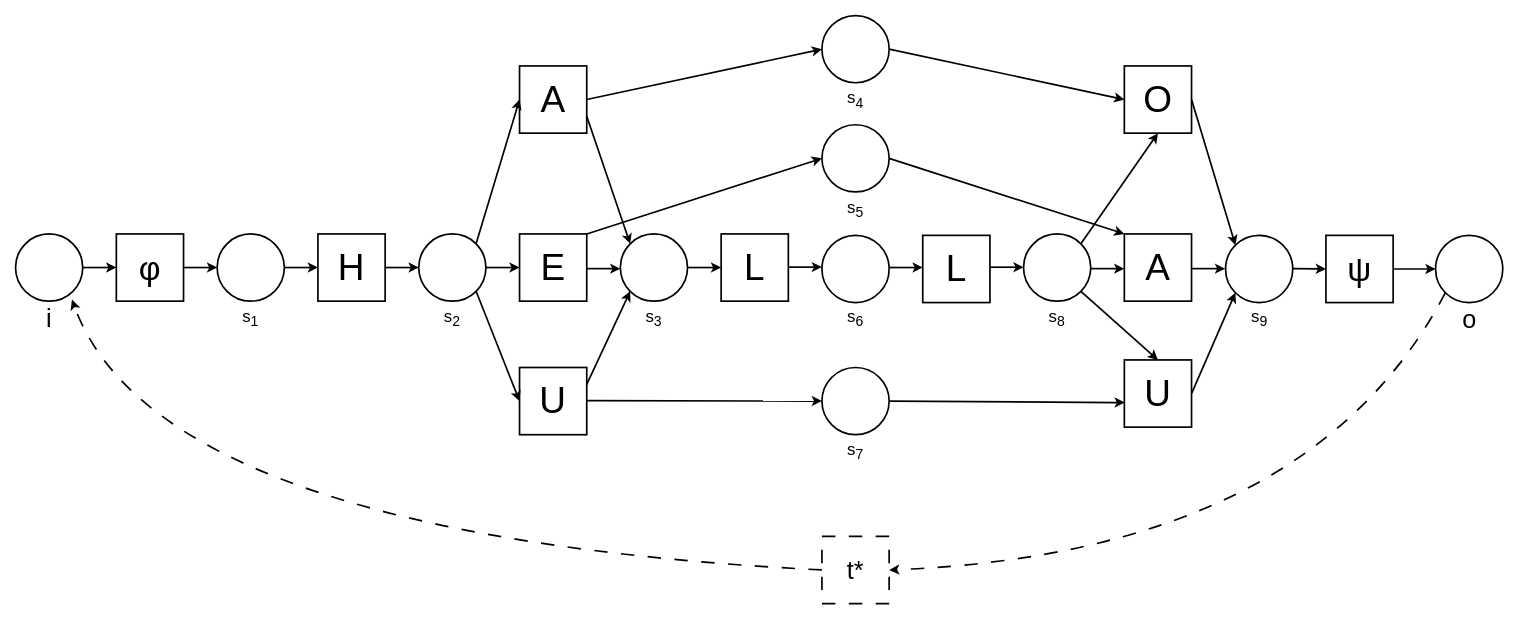
Marakil/BA_Bilder keeps this draw.io diagram as langAbhaengigkeit.drawio. Above is the earlier version. Source tidied: cells renumbered, new cells numbered last; positions are measured from the earlier drawing's top-left corner, leaving out a move shared by most shapes. Both pictures are drawn from the tidied source at 84%, with x=0, y=0 at pixel (15, 15).
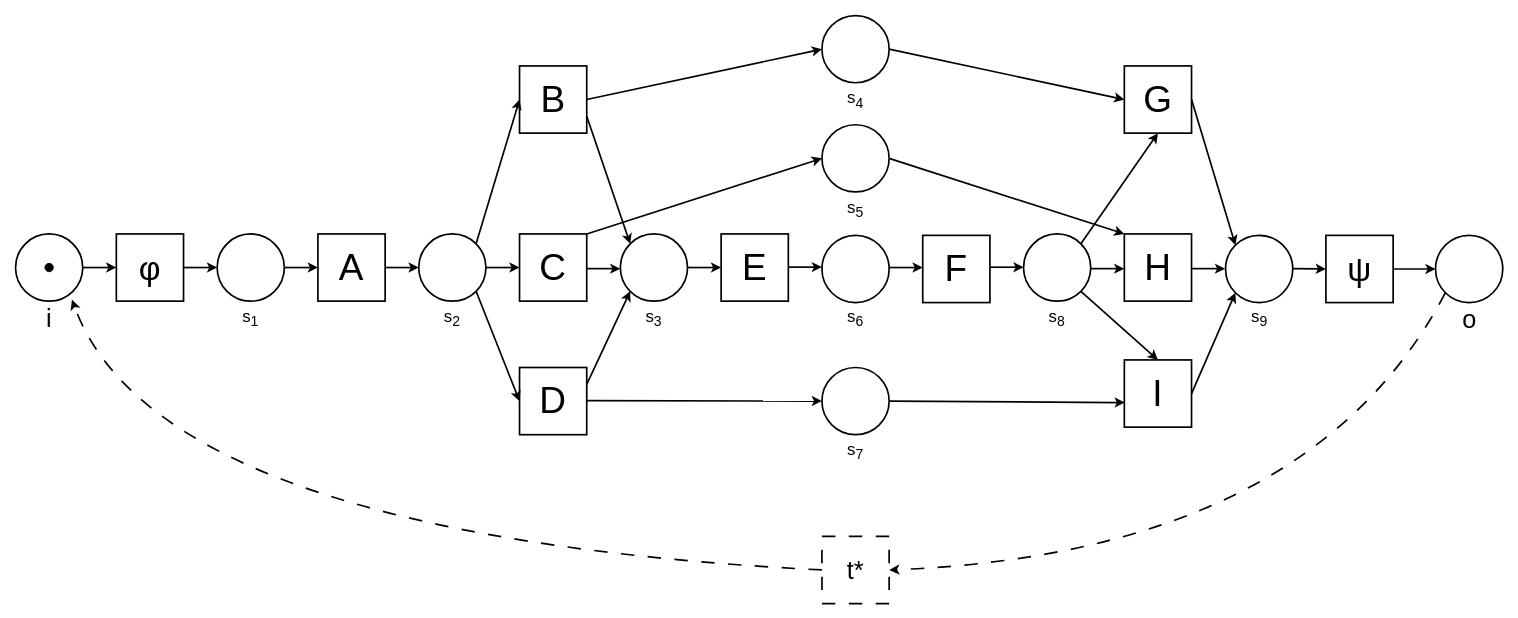
After the change.

What changed in the source:
```diff
@@
-    <mxCell id="8" value="H" style="rounded=0;whiteSpace=wrap;html=1;fontSize=44;strokeWidth=2;" parent="1" vertex="1">
+    <mxCell id="8" value="A" style="rounded=0;whiteSpace=wrap;html=1;fontSize=44;strokeWidth=2;" parent="1" vertex="1">
       <mxGeometry x="360" y="260" width="80" height="80" as="geometry" />
     </mxCell>
-    <mxCell id="9" value="A" style="rounded=0;whiteSpace=wrap;html=1;fontSize=44;strokeWidth=2;" parent="1" vertex="1">
+    <mxCell id="9" value="B" style="rounded=0;whiteSpace=wrap;html=1;fontSize=44;strokeWidth=2;" parent="1" vertex="1">
       <mxGeometry x="600" y="60" width="80" height="80" as="geometry" />
     </mxCell>
-    <mxCell id="10" value="L" style="rounded=0;whiteSpace=wrap;html=1;fontSize=44;strokeWidth=2;" parent="1" vertex="1">
+    <mxCell id="10" value="E" style="rounded=0;whiteSpace=wrap;html=1;fontSize=44;strokeWidth=2;" parent="1" vertex="1">
       <mxGeometry x="840" y="260" width="80" height="80" as="geometry" />
     </mxCell>
@@
-    <mxCell id="17" value="E" style="rounded=0;whiteSpace=wrap;html=1;fontSize=44;strokeWidth=2;" parent="1" vertex="1">
+    <mxCell id="17" value="C" style="rounded=0;whiteSpace=wrap;html=1;fontSize=44;strokeWidth=2;" parent="1" vertex="1">
       <mxGeometry x="600" y="260" width="80" height="80" as="geometry" />
     </mxCell>
@@
-    <mxCell id="37" value="O" style="rounded=0;whiteSpace=wrap;html=1;fontSize=44;strokeWidth=2;" parent="1" vertex="1">
+    <mxCell id="37" value="G" style="rounded=0;whiteSpace=wrap;html=1;fontSize=44;strokeWidth=2;" parent="1" vertex="1">
       <mxGeometry x="1320" y="60" width="80" height="80" as="geometry" />
     </mxCell>
-    <mxCell id="38" value="U" style="rounded=0;whiteSpace=wrap;html=1;fontSize=44;strokeWidth=2;" parent="1" vertex="1">
+    <mxCell id="38" value="I" style="rounded=0;whiteSpace=wrap;html=1;fontSize=44;strokeWidth=2;" parent="1" vertex="1">
       <mxGeometry x="1320" y="410" width="80" height="80" as="geometry" />
     </mxCell>
@@
-    <mxCell id="46" value="U" style="rounded=0;whiteSpace=wrap;html=1;fontSize=44;strokeWidth=2;" parent="1" vertex="1">
+    <mxCell id="46" value="D" style="rounded=0;whiteSpace=wrap;html=1;fontSize=44;strokeWidth=2;" parent="1" vertex="1">
       <mxGeometry x="600" y="419" width="80" height="80" as="geometry" />
     </mxCell>
@@
-    <mxCell id="48" value="A" style="rounded=0;whiteSpace=wrap;html=1;fontSize=44;strokeWidth=2;" parent="1" vertex="1">
+    <mxCell id="48" value="H" style="rounded=0;whiteSpace=wrap;html=1;fontSize=44;strokeWidth=2;" parent="1" vertex="1">
       <mxGeometry x="1320" y="260" width="80" height="80" as="geometry" />
     </mxCell>
@@
-    <mxCell id="54" value="L" style="rounded=0;whiteSpace=wrap;html=1;fontSize=44;strokeWidth=2;" parent="1" vertex="1">
+    <mxCell id="54" value="F" style="rounded=0;whiteSpace=wrap;html=1;fontSize=44;strokeWidth=2;" parent="1" vertex="1">
       <mxGeometry x="1080" y="261.7" width="80" height="80" as="geometry" />
     </mxCell>
@@
+    <mxCell id="66" style="ellipse;whiteSpace=wrap;html=1;fillColor=#000000;" parent="1" vertex="1">
+      <mxGeometry x="35" y="295" width="10" height="10" as="geometry" />
+    </mxCell>
```
